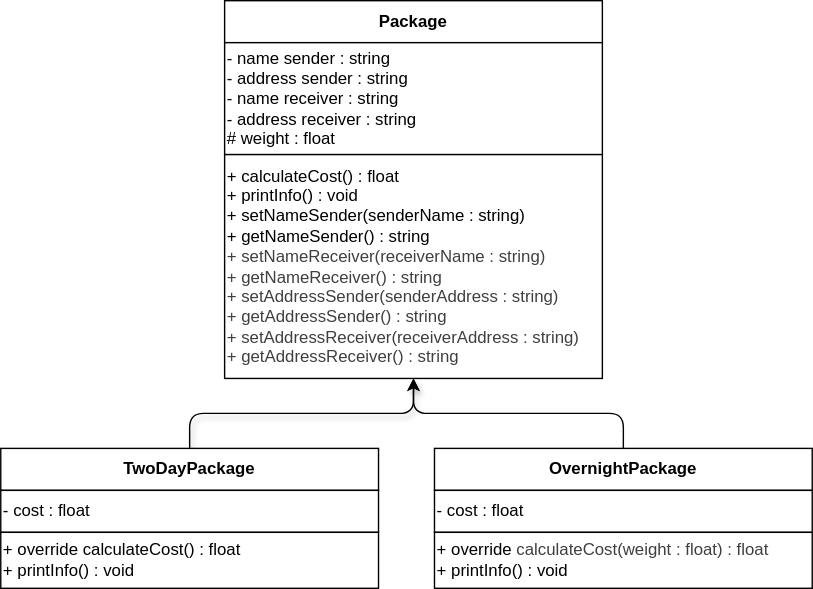
Before: inheritance.drawio.svg, a diagram exported from draw.io (Zico135/Assignment_2). Source tidied: cells renumbered, new cells last; positions are measured from the earlier drawing's top-left corner, leaving out a move shared by most shapes.
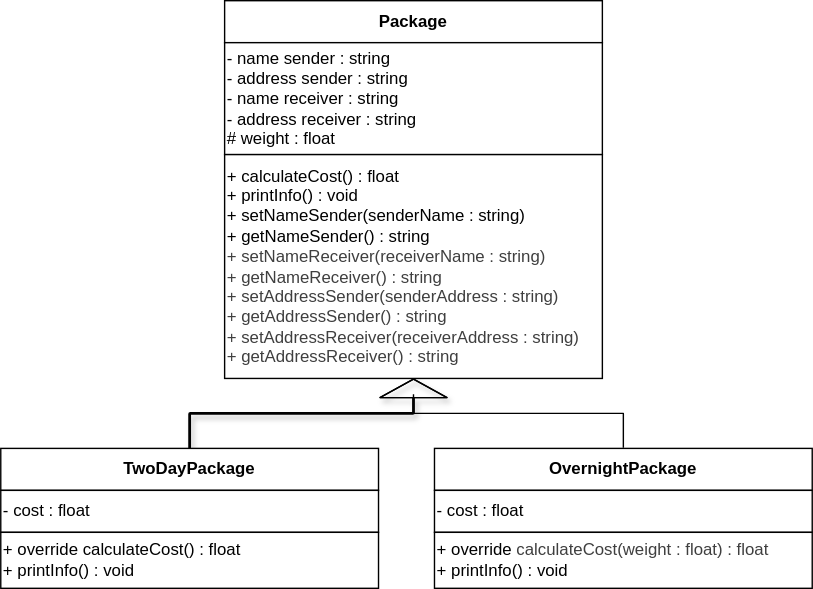
After the change.

Commit message:
correct arrow

What changed in the source:
```diff
@@ -14,7 +14,7 @@
     <mxCell id="5" value="+ calculateCost() : float&lt;div&gt;+ printInfo() : void&lt;/div&gt;&lt;div&gt;+ setNameSender(senderName : string)&lt;/div&gt;&lt;div&gt;+ getNameSender() : string&lt;/div&gt;&lt;div&gt;&lt;div style=&quot;color: rgb(63, 63, 63); scrollbar-color: rgb(226, 226, 226) rgb(251, 251, 251);&quot;&gt;+ setNameReceiver(receiverName : string)&lt;/div&gt;&lt;div style=&quot;color: rgb(63, 63, 63); scrollbar-color: rgb(226, 226, 226) rgb(251, 251, 251);&quot;&gt;+ getNameReceiver() : string&lt;/div&gt;&lt;/div&gt;&lt;div style=&quot;color: rgb(63, 63, 63); scrollbar-color: rgb(226, 226, 226) rgb(251, 251, 251);&quot;&gt;&lt;div style=&quot;color: rgb(63, 63, 63); scrollbar-color: rgb(226, 226, 226) rgb(251, 251, 251);&quot;&gt;+ setAddressSender(senderAddress : string)&lt;/div&gt;&lt;div style=&quot;color: rgb(63, 63, 63); scrollbar-color: rgb(226, 226, 226) rgb(251, 251, 251);&quot;&gt;+ getAddressSender() : string&lt;/div&gt;&lt;div style=&quot;color: rgb(63, 63, 63); scrollbar-color: rgb(226, 226, 226) rgb(251, 251, 251);&quot;&gt;&lt;div style=&quot;color: rgb(63, 63, 63); scrollbar-color: rgb(226, 226, 226) rgb(251, 251, 251);&quot;&gt;+ setAddressReceiver(receiverAddress : string)&lt;/div&gt;&lt;div style=&quot;color: rgb(63, 63, 63); scrollbar-color: rgb(226, 226, 226) rgb(251, 251, 251);&quot;&gt;+ getAddressReceiver() : string&lt;/div&gt;&lt;/div&gt;&lt;/div&gt;" style="whiteSpace=wrap;html=1;align=left;" parent="2" vertex="1">
       <mxGeometry y="110" width="270" height="160" as="geometry" />
     </mxCell>
-    <mxCell id="6" style="edgeStyle=orthogonalEdgeStyle;html=1;exitX=0.5;exitY=0;exitDx=0;exitDy=0;entryX=0.5;entryY=1;entryDx=0;entryDy=0;shadow=1;" parent="1" edge="1" source="7" target="5">
+    <mxCell id="6" style="edgeStyle=orthogonalEdgeStyle;html=1;exitX=0.5;exitY=0;exitDx=0;exitDy=0;entryX=0.5;entryY=1;entryDx=0;entryDy=0;shadow=1;shape=flexArrow;width=1;endSize=4.07;endWidth=46;" parent="1" edge="1" source="7" target="5">
       <mxGeometry relative="1" as="geometry" />
     </mxCell>
     <mxCell id="7" value="&lt;b&gt;TwoDayPackage&lt;/b&gt;" style="whiteSpace=wrap;html=1;" parent="1" vertex="1">
@@ -26,7 +26,7 @@
     <mxCell id="9" value="+ override calculateCost() : float&lt;div&gt;+ printInfo() : void&lt;/div&gt;" style="whiteSpace=wrap;html=1;align=left;" parent="1" vertex="1">
       <mxGeometry y="380" width="270" height="40" as="geometry" />
     </mxCell>
-    <mxCell id="10" style="edgeStyle=orthogonalEdgeStyle;html=1;exitX=0.5;exitY=0;exitDx=0;exitDy=0;entryX=0.5;entryY=1;entryDx=0;entryDy=0;" parent="1" edge="1" source="11" target="5">
+    <mxCell id="10" style="edgeStyle=orthogonalEdgeStyle;html=1;exitX=0.5;exitY=0;exitDx=0;exitDy=0;entryX=0.5;entryY=1;entryDx=0;entryDy=0;shape=flexArrow;width=0;endSize=3.27;endWidth=35;" parent="1" edge="1" source="11" target="5">
       <mxGeometry relative="1" as="geometry" />
     </mxCell>
     <mxCell id="11" value="&lt;b&gt;OvernightPackage&lt;/b&gt;" style="whiteSpace=wrap;html=1;" parent="1" vertex="1">
```
